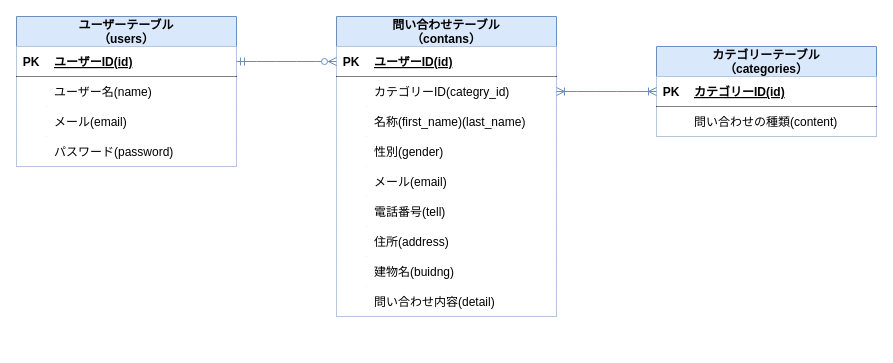
risamatsumoto1104/contact-form1 keeps this draw.io diagram as contact-form.drawio. Above is the earlier version. Source tidied: cells renumbered, new cells numbered last; positions are measured from the earlier drawing's top-left corner, leaving out a move shared by most shapes. Both pictures are drawn from the tidied source at 100%, with x=0, y=0 at pixel (-3, 16).
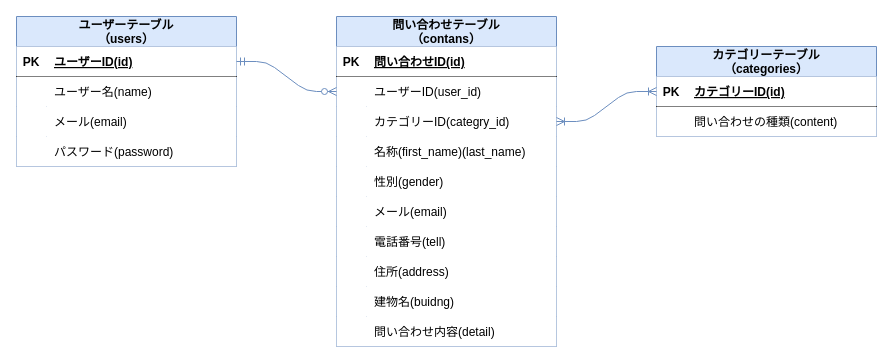
After the change.

The change refers to these unchanged cells:
```xml
<mxCell id="3" style="shape=tableRow;horizontal=0;startSize=0;swimlaneHead=0;swimlaneBody=0;points=[[0,0.5],[1,0.5]];portConstraint=eastwest;top=0;left=0;right=0;bottom=1;" parent="2" vertex="1">
  <mxGeometry y="30" width="220" height="30" as="geometry" />
</mxCell>
<mxCell id="38" style="shape=tableRow;horizontal=0;startSize=0;swimlaneHead=0;swimlaneBody=0;points=[[0,0.5],[1,0.5]];portConstraint=eastwest;top=0;left=0;right=0;bottom=1;strokeWidth=1;" parent="37" vertex="1">
  <mxGeometry y="30" width="220" height="30" as="geometry" />
</mxCell>
```

Change to the diagram source:
```diff
@@
     <mxCell id="2" value="問い合わせテーブル&#10;（contans）" style="shape=table;startSize=30;childLayout=tableLayout;rowLines=0;fontStyle=1;align=center;fillColor=#dae8fc;strokeColor=#6c8ebf;" parent="1" vertex="1">
-      <mxGeometry x="339" width="220" height="300" as="geometry" />
+      <mxGeometry x="339" width="220" height="330" as="geometry" />
     </mxCell>
@@
-    <mxCell id="5" value="ユーザーID(id)" style="shape=partialRectangle;fillColor=none;top=0;left=0;bottom=0;right=0;align=left;spacingLeft=6;fontStyle=5;overflow=hidden;" parent="3" vertex="1">
+    <mxCell id="5" value="問い合わせID(id)" style="shape=partialRectangle;fillColor=none;top=0;left=0;bottom=0;right=0;align=left;spacingLeft=6;fontStyle=5;overflow=hidden;" parent="3" vertex="1">
       <mxGeometry x="30" width="190" height="30" as="geometry" />
     </mxCell>
+    <mxCell id="53" style="shape=tableRow;horizontal=0;startSize=0;swimlaneHead=0;swimlaneBody=0;points=[[0,0.5],[1,0.5]];portConstraint=eastwest;top=0;left=0;right=0;bottom=0;" parent="2" vertex="1">
+      <mxGeometry y="60" width="220" height="30" as="geometry" />
+    </mxCell>
+    <mxCell id="54" style="shape=partialRectangle;fillColor=none;top=0;left=0;bottom=0;right=0;overflow=hidden;" parent="53" vertex="1">
+      <mxGeometry width="30" height="30" as="geometry" />
+    </mxCell>
+    <mxCell id="55" value="ユーザーID(user_id)" style="shape=partialRectangle;fillColor=none;top=0;left=0;bottom=0;right=0;align=left;spacingLeft=6;overflow=hidden;" parent="53" vertex="1">
+      <mxGeometry x="30" width="190" height="30" as="geometry" />
+    </mxCell>
     <mxCell id="6" style="shape=tableRow;horizontal=0;startSize=0;swimlaneHead=0;swimlaneBody=0;points=[[0,0.5],[1,0.5]];portConstraint=eastwest;top=0;left=0;right=0;bottom=0;" parent="2" vertex="1">
-      <mxGeometry y="60" width="220" height="30" as="geometry" />
+      <mxGeometry y="90" width="220" height="30" as="geometry" />
     </mxCell>
@@
     <mxCell id="9" style="shape=tableRow;horizontal=0;startSize=0;swimlaneHead=0;swimlaneBody=0;top=0;left=0;right=0;bottom=0;" parent="2" vertex="1">
-      <mxGeometry y="90" width="220" height="30" as="geometry" />
+      <mxGeometry y="120" width="220" height="30" as="geometry" />
     </mxCell>
@@
     <mxCell id="12" style="shape=tableRow;horizontal=0;startSize=0;swimlaneHead=0;swimlaneBody=0;top=0;left=0;right=0;bottom=0;" parent="2" vertex="1">
-      <mxGeometry y="120" width="220" height="30" as="geometry" />
+      <mxGeometry y="150" width="220" height="30" as="geometry" />
     </mxCell>
@@
     <mxCell id="15" style="shape=tableRow;horizontal=0;startSize=0;swimlaneHead=0;swimlaneBody=0;top=0;left=0;right=0;bottom=0;" parent="2" vertex="1">
-      <mxGeometry y="150" width="220" height="30" as="geometry" />
+      <mxGeometry y="180" width="220" height="30" as="geometry" />
     </mxCell>
@@
     <mxCell id="18" style="shape=tableRow;horizontal=0;startSize=0;swimlaneHead=0;swimlaneBody=0;top=0;left=0;right=0;bottom=0;" parent="2" vertex="1">
-      <mxGeometry y="180" width="220" height="30" as="geometry" />
+      <mxGeometry y="210" width="220" height="30" as="geometry" />
     </mxCell>
@@
     <mxCell id="21" style="shape=tableRow;horizontal=0;startSize=0;swimlaneHead=0;swimlaneBody=0;top=0;left=0;right=0;bottom=0;" parent="2" vertex="1">
-      <mxGeometry y="210" width="220" height="30" as="geometry" />
+      <mxGeometry y="240" width="220" height="30" as="geometry" />
     </mxCell>
@@
     <mxCell id="24" style="shape=tableRow;horizontal=0;startSize=0;swimlaneHead=0;swimlaneBody=0;top=0;left=0;right=0;bottom=0;" parent="2" vertex="1">
-      <mxGeometry y="240" width="220" height="30" as="geometry" />
+      <mxGeometry y="270" width="220" height="30" as="geometry" />
     </mxCell>
@@
     <mxCell id="27" style="shape=tableRow;horizontal=0;startSize=0;swimlaneHead=0;swimlaneBody=0;top=0;left=0;right=0;bottom=0;" parent="2" vertex="1">
-      <mxGeometry y="270" width="220" height="30" as="geometry" />
+      <mxGeometry y="300" width="220" height="30" as="geometry" />
     </mxCell>
@@
-    <mxCell id="51" style="edgeStyle=entityRelationEdgeStyle;fontSize=12;html=1;endArrow=ERzeroToMany;startArrow=ERmandOne;exitX=1;exitY=0.5;exitDx=0;exitDy=0;entryX=0;entryY=0.5;entryDx=0;entryDy=0;strokeColor=#6c8ebf;fillColor=#dae8fc;strokeWidth=1;" parent="1" edge="1" source="38" target="3">
+    <mxCell id="51" style="edgeStyle=entityRelationEdgeStyle;fontSize=12;html=1;endArrow=ERzeroToMany;startArrow=ERmandOne;exitX=1;exitY=0.5;exitDx=0;exitDy=0;entryX=0;entryY=0.5;entryDx=0;entryDy=0;strokeColor=#6c8ebf;fillColor=#dae8fc;strokeWidth=1;" parent="1" edge="1" source="38" target="53">
       <mxGeometry relative="1" as="geometry" />
     </mxCell>
```
